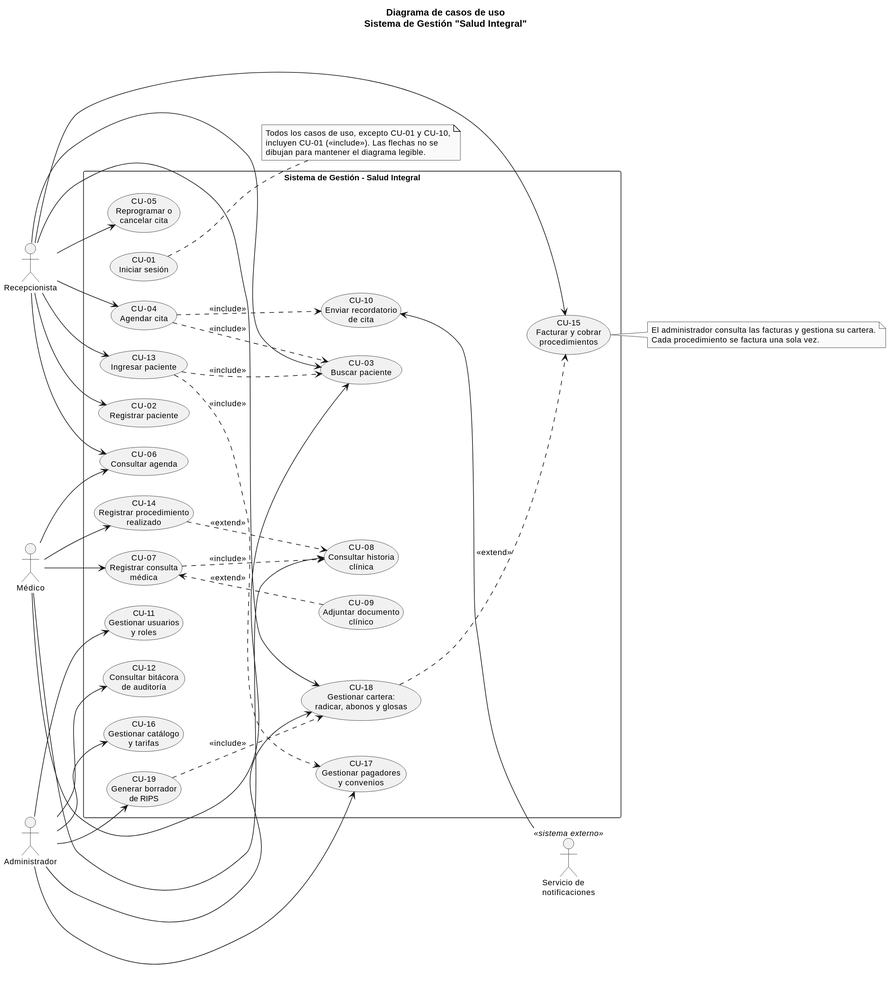
This is docs/uml/img/01_casos_de_uso.svg from JNACHO2001/consultorio-medico, a PlantUML export, as it was before one commit.
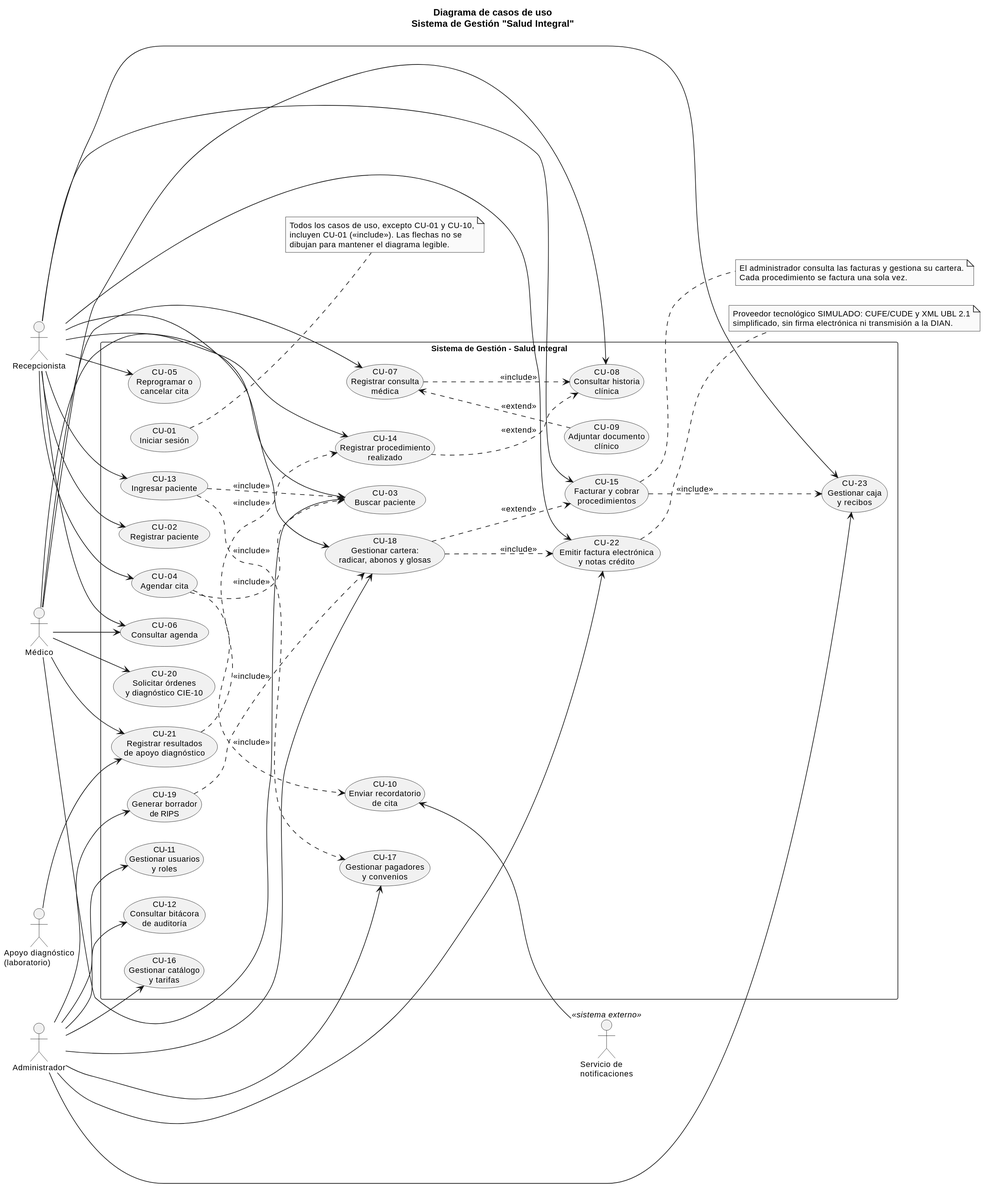
The same file after the commit.

Commit message:
UML: órdenes y resultados, facturación electrónica y caja (01_casos_de_uso.svg)

Change to the diagram source:
```diff
@@ -14,6 +14,7 @@
 actor "Recepcionista" as REC
 actor "Médico" as MED
 actor "Administrador" as ADM
+actor "Apoyo diagnóstico\n(laboratorio)" as LAB
 
 rectangle "Sistema de Gestión - Salud Integral" {
   usecase "CU-02\nRegistrar paciente" as CU02
@@ -35,6 +36,10 @@
   usecase "CU-17\nGestionar pagadores\ny convenios" as CU17
   usecase "CU-18\nGestionar cartera:\nradicar, abonos y glosas" as CU18
   usecase "CU-19\nGenerar borrador\nde RIPS" as CU19
+  usecase "CU-20\nSolicitar órdenes\ny diagnóstico CIE-10" as CU20
+  usecase "CU-21\nRegistrar resultados\nde apoyo diagnóstico" as CU21
+  usecase "CU-22\nEmitir factura electrónica\ny notas crédito" as CU22
+  usecase "CU-23\nGestionar caja\ny recibos" as CU23
 }
 
 actor "Servicio de\nnotificaciones" as NOT <<sistema externo>>
@@ -47,8 +52,12 @@
 REC --> CU13
 REC --> CU15
 REC --> CU18
+REC --> CU22
+REC --> CU23
 
 MED --> CU14
+MED --> CU20
+MED --> CU21
 MED --> CU06
 MED --> CU07
 MED --> CU03
@@ -60,6 +69,10 @@
 ADM --> CU17
 ADM --> CU18
 ADM --> CU19
+ADM --> CU22
+ADM --> CU23
+
+LAB --> CU21
 
 CU04 ..> CU03 : <<include>>
 CU04 ..> CU10 : <<include>>
@@ -70,6 +83,9 @@
 CU13 ..> CU17 : <<include>>
 CU18 ..> CU15 : <<extend>>
 CU19 ..> CU18 : <<include>>
+CU21 ..> CU14 : <<include>>
+CU18 ..> CU22 : <<include>>
+CU15 ..> CU23 : <<include>>
 
 CU10 <-- NOT
 
@@ -78,6 +94,11 @@
   Cada procedimiento se factura una sola vez.
 end note
 
+note right of CU22
+  Proveedor tecnológico SIMULADO: CUFE/CUDE y XML UBL 2.1
+  simplificado, sin firma electrónica ni transmisión a la DIAN.
+end note
+
 note right of CU01
   Todos los casos de uso, excepto CU-01 y CU-10,
   incluyen CU-01 (<<include>>). Las flechas no se
```
